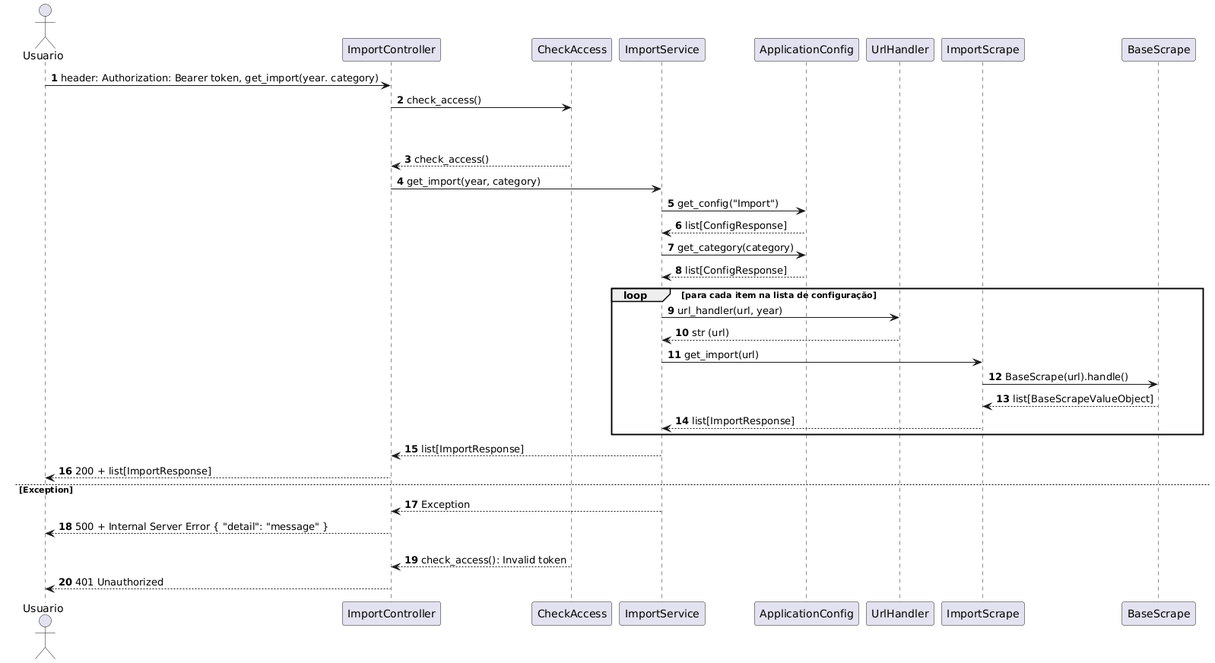
Above: app/architecture_diagrams/sequence_endpoint_import.png in henriquecomp/vinicultura (PlantUML), before the change.
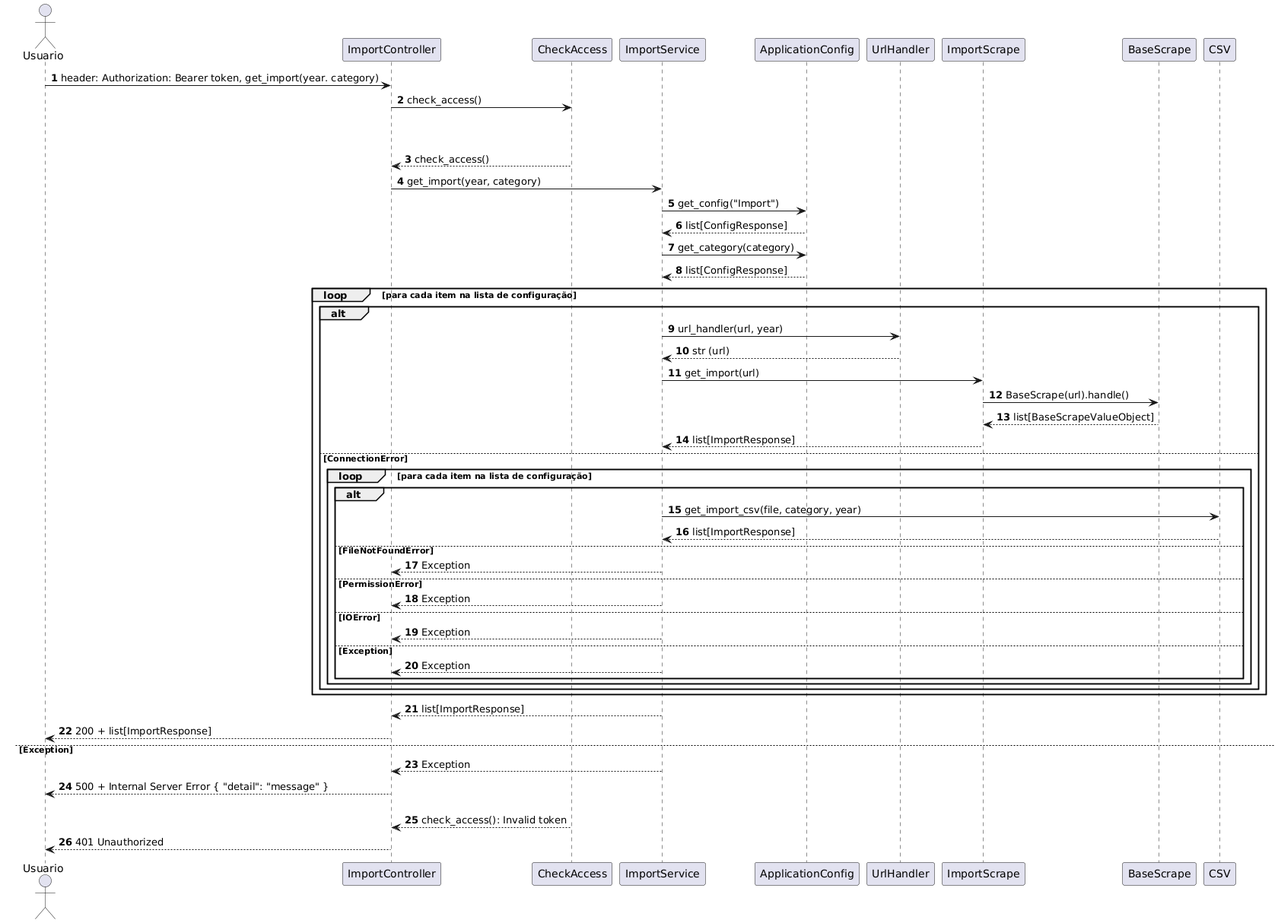
The same file after the commit.

What changed in the source:
```diff
@@ -21,12 +21,29 @@
         Application -> Config: get_category(category)
         Config --> Application: list[ConfigResponse]
         loop para cada item na lista de configuração
-            Application -> UrlHandler: url_handler(url, year)
-            UrlHandler --> Application: str (url)
-            Application -> Scrape: get_import(url)
-            Scrape -> BaseScrape: BaseScrape(url).handle()
-            BaseScrape --> Scrape: list[BaseScrapeValueObject]
-            Scrape --> Application: list[ImportResponse]
+            alt
+                Application -> UrlHandler: url_handler(url, year)
+                UrlHandler --> Application: str (url)
+                Application -> Scrape: get_import(url)
+                Scrape -> BaseScrape: BaseScrape(url).handle()
+                BaseScrape --> Scrape: list[BaseScrapeValueObject]
+                Scrape --> Application: list[ImportResponse]
+            else ConnectionError
+                loop para cada item na lista de configuração
+                    alt
+                        Application -> CSV : get_import_csv(file, category, year)
+                        CSV --> Application : list[ImportResponse]
+                    else FileNotFoundError
+                        Application --> Controller : Exception
+                    else PermissionError
+                        Application --> Controller : Exception
+                    else IOError
+                        Application --> Controller : Exception
+                    else Exception
+                        Application --> Controller : Exception
+                    end
+                end
+            end
         end
         Application --> Controller: list[ImportResponse]
         Controller --> Usuario: 200 + list[ImportResponse]
```
